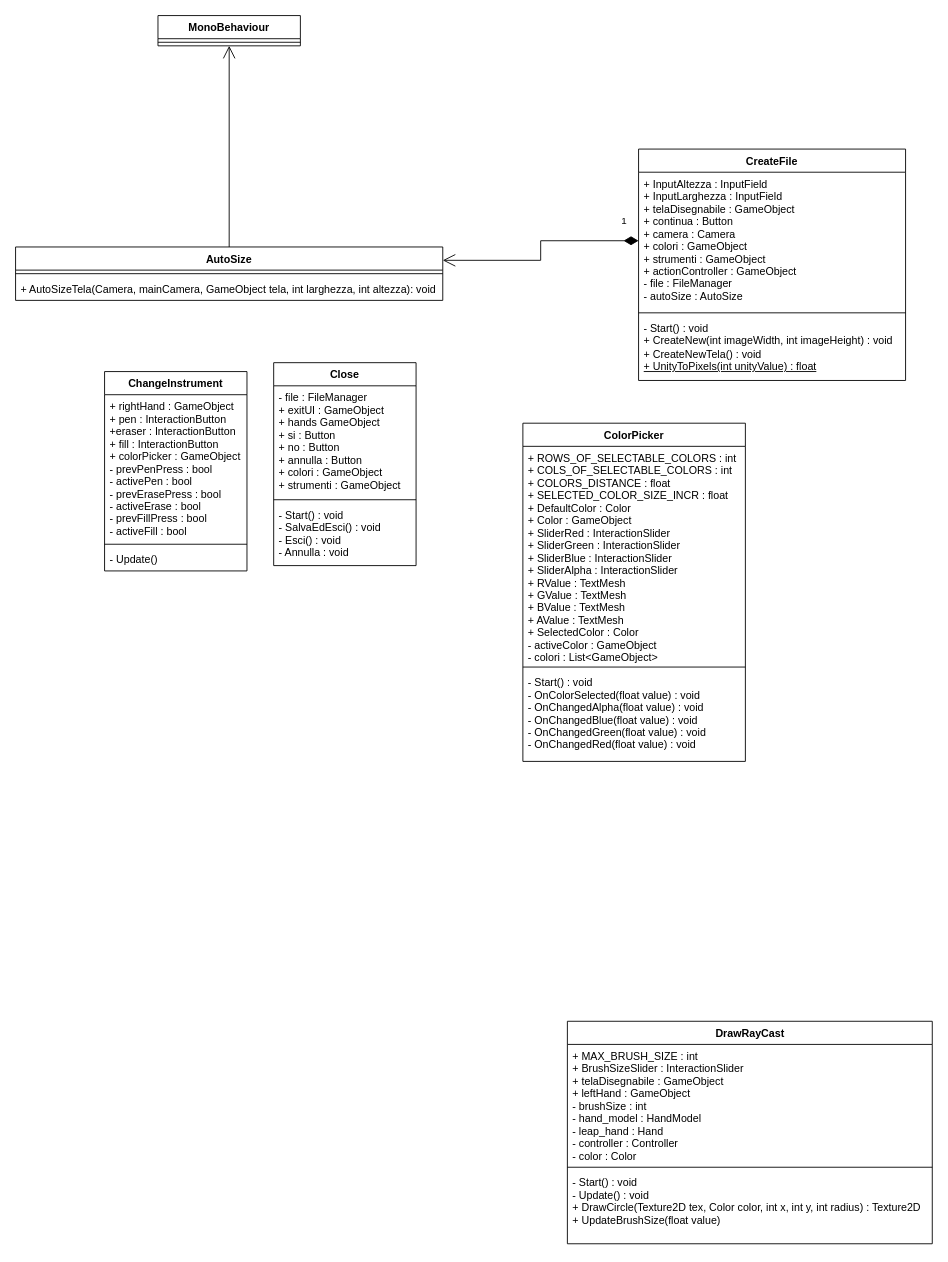
Before: Documentazione/ClassDiagram.drawio in LuMug/VirtualPainter, a draw.io diagram. Source tidied: cells renumbered, new cells numbered last; positions are measured from the earlier drawing's top-left corner, leaving out a move shared by most shapes. Both pictures are drawn from the tidied source at 89%, with x=0, y=0 at pixel (15, 15).
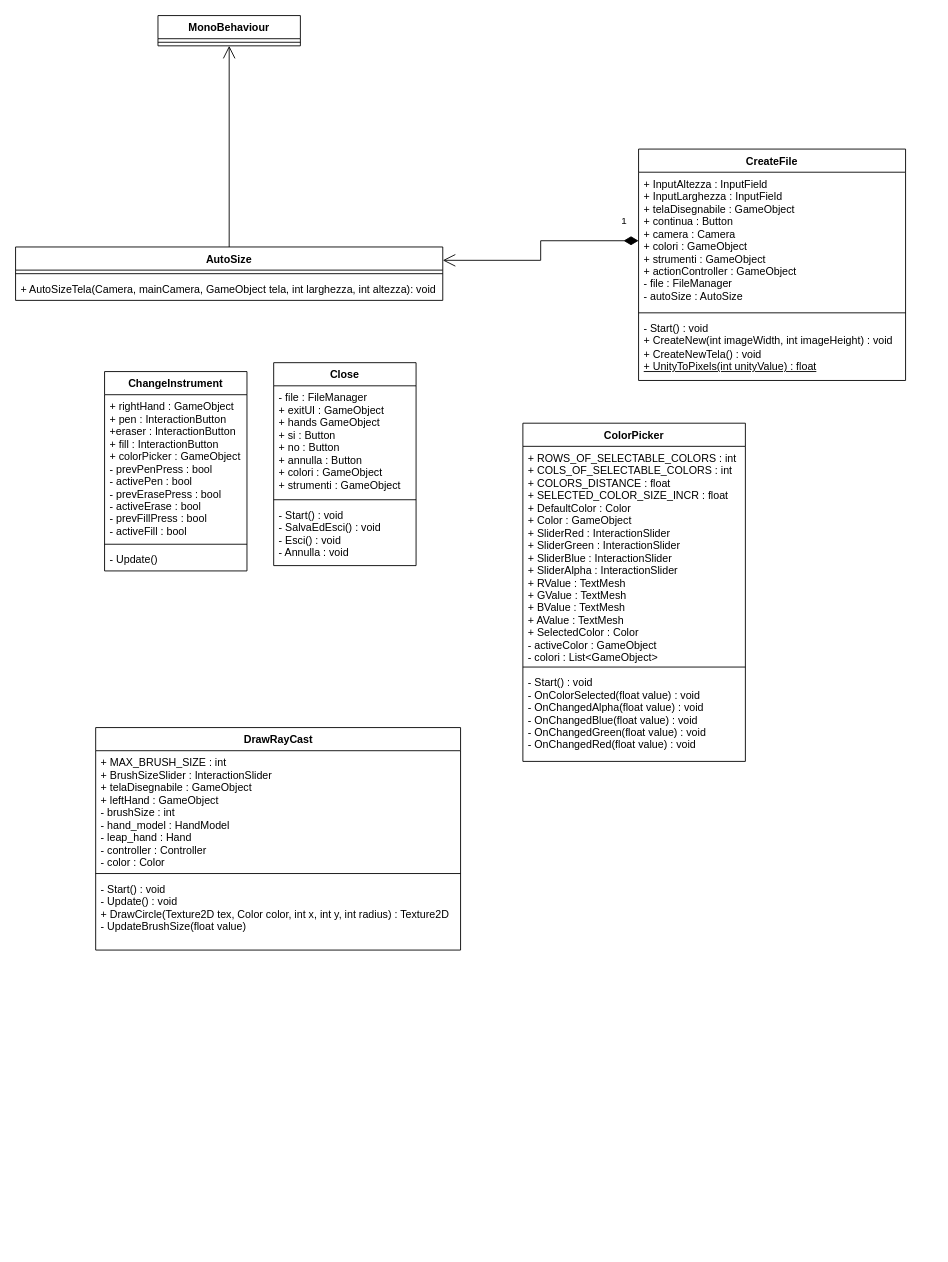
The same diagram, later.

Commit message:
DrawRaycast UML

What changed in the source:
```diff
@@
     <mxCell id="25" value="DrawRayCast" style="swimlane;fontStyle=1;align=center;verticalAlign=top;horizontal=1;startSize=26;html=1;" parent="1" vertex="1">
-      <mxGeometry x="620" y="1130" width="410" height="250" as="geometry" />
+      <mxGeometry x="90" y="800" width="410" height="250" as="geometry" />
     </mxCell>
@@
-    <mxCell id="28" value="- Start() : void&#10;- Update() : void&#10;+ DrawCircle(Texture2D tex, Color color, int x, int y, int radius) : Texture2D&#10;+ UpdateBrushSize(float value)&#10;&#10;" style="text;strokeColor=none;fillColor=none;align=left;verticalAlign=top;spacingLeft=4;spacingRight=4;overflow=hidden;" parent="25" vertex="1">
+    <mxCell id="28" value="- Start() : void&#10;- Update() : void&#10;+ DrawCircle(Texture2D tex, Color color, int x, int y, int radius) : Texture2D&#10;- UpdateBrushSize(float value)&#10;&#10;" style="text;strokeColor=none;fillColor=none;align=left;verticalAlign=top;spacingLeft=4;spacingRight=4;overflow=hidden;" parent="25" vertex="1">
       <mxGeometry y="168" width="410" height="82" as="geometry" />
     </mxCell>
```
